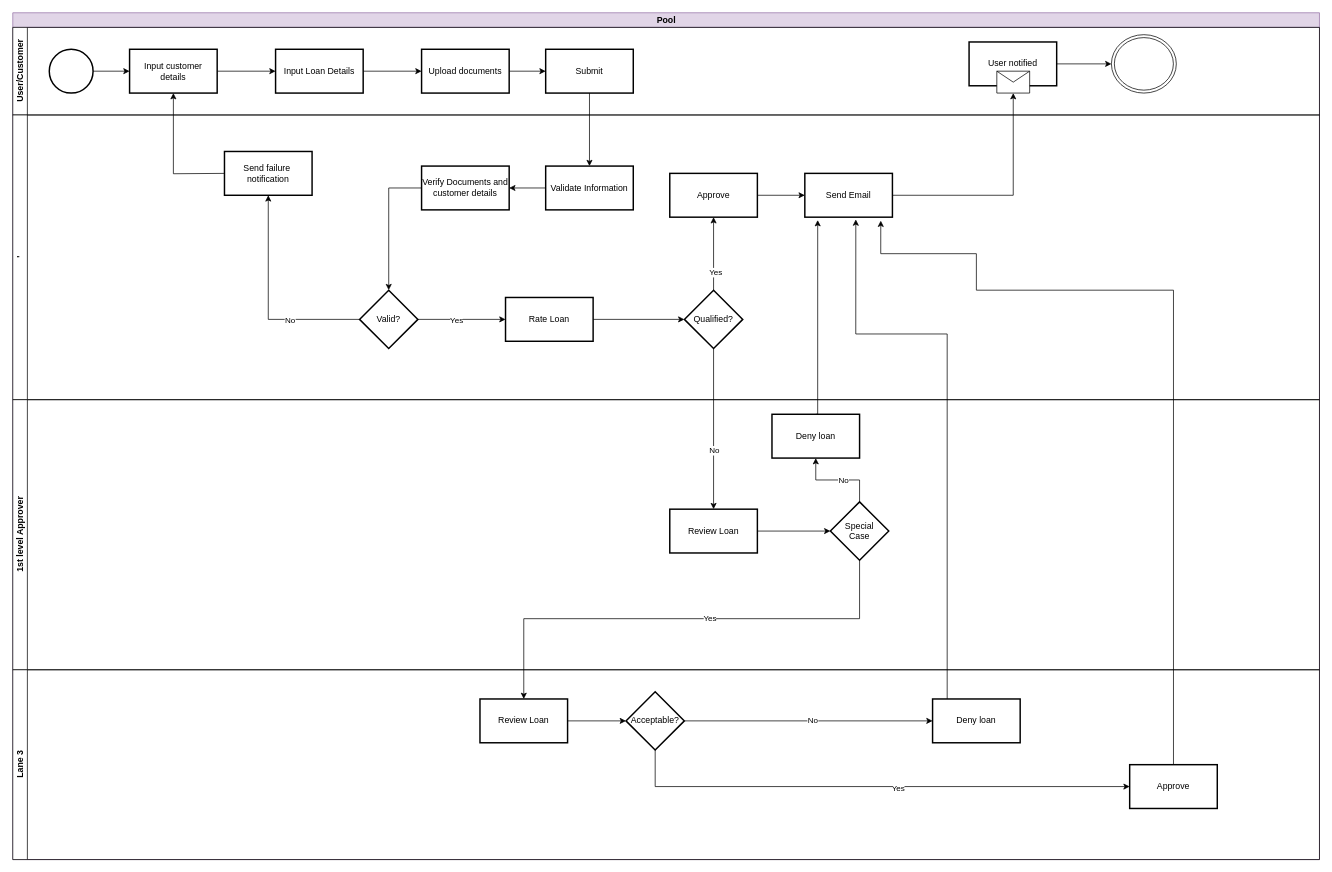
Earlier version of the draw.io diagram Untitled Diagram.drawio (sharwaridali/Data-Science). Source tidied: cells renumbered, new cells numbered last; positions are measured from the earlier drawing's top-left corner, leaving out a move shared by most shapes. Both pictures are drawn from the tidied source at 73%, with x=0, y=0 at pixel (12, 12).
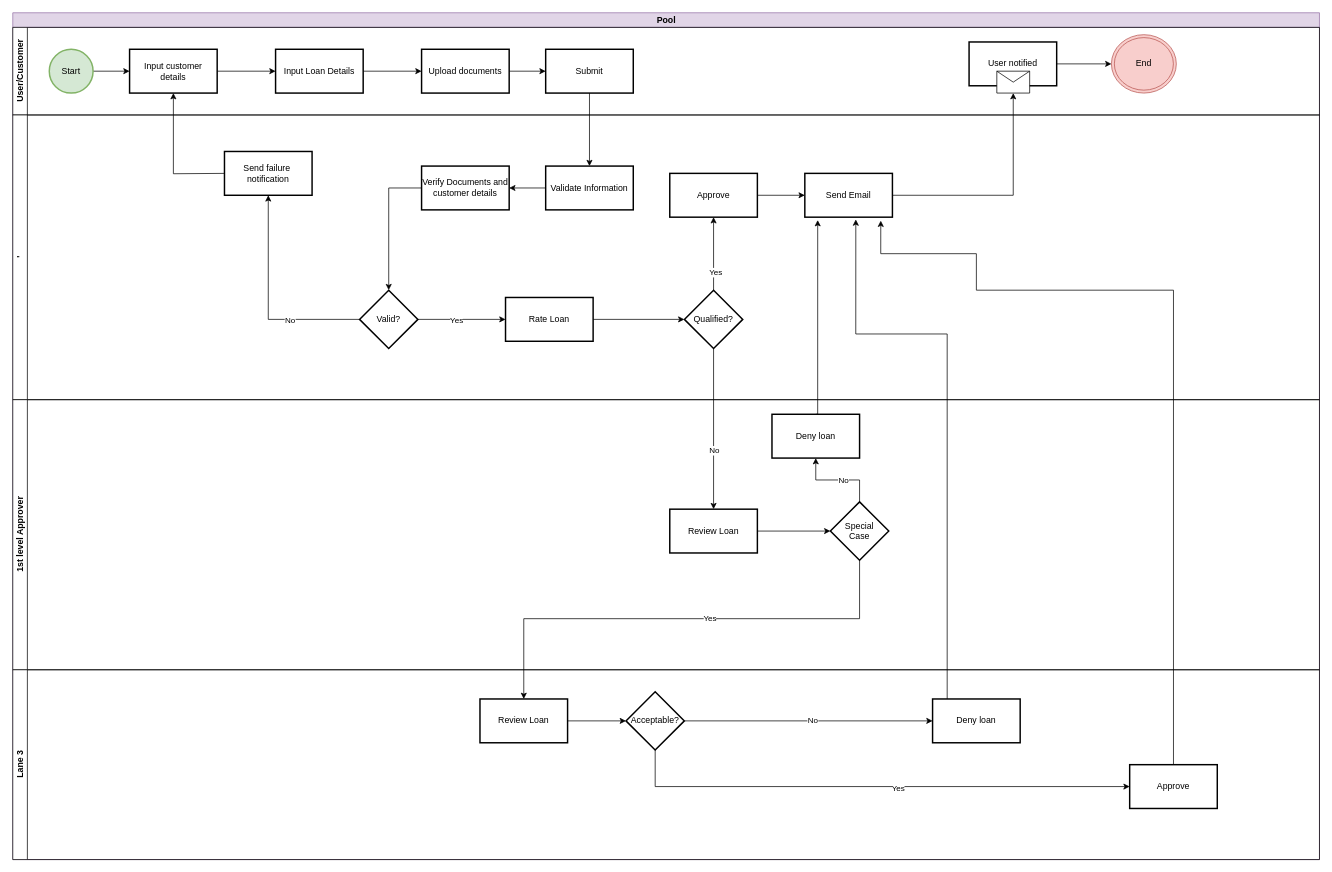
After the change.

Unchanged cells that the change refers to:
```xml
<mxCell id="3" value="User/Customer" style="swimlane;startSize=20;horizontal=0;html=1;" parent="2" vertex="1">
  <mxGeometry y="20" width="1790" height="120" as="geometry" />
</mxCell>
```

What changed in the source:
```diff
@@
-    <mxCell id="5" style="strokeWidth=2;html=1;shape=mxgraph.flowchart.start_2;whiteSpace=wrap;" parent="3" vertex="1">
+    <mxCell id="5" value="Start" style="strokeWidth=2;html=1;shape=mxgraph.flowchart.start_2;whiteSpace=wrap;fillColor=#d5e8d4;strokeColor=#82b366;" parent="3" vertex="1">
       <mxGeometry x="50" y="30" width="60" height="60" as="geometry" />
     </mxCell>
@@
-    <mxCell id="16" style="ellipse;shape=doubleEllipse;whiteSpace=wrap;html=1;" parent="3" vertex="1">
+    <mxCell id="16" value="End" style="ellipse;shape=doubleEllipse;whiteSpace=wrap;html=1;fillColor=#f8cecc;strokeColor=#b85450;" parent="3" vertex="1">
       <mxGeometry x="1505" y="10" width="88.9" height="80" as="geometry" />
     </mxCell>
```
